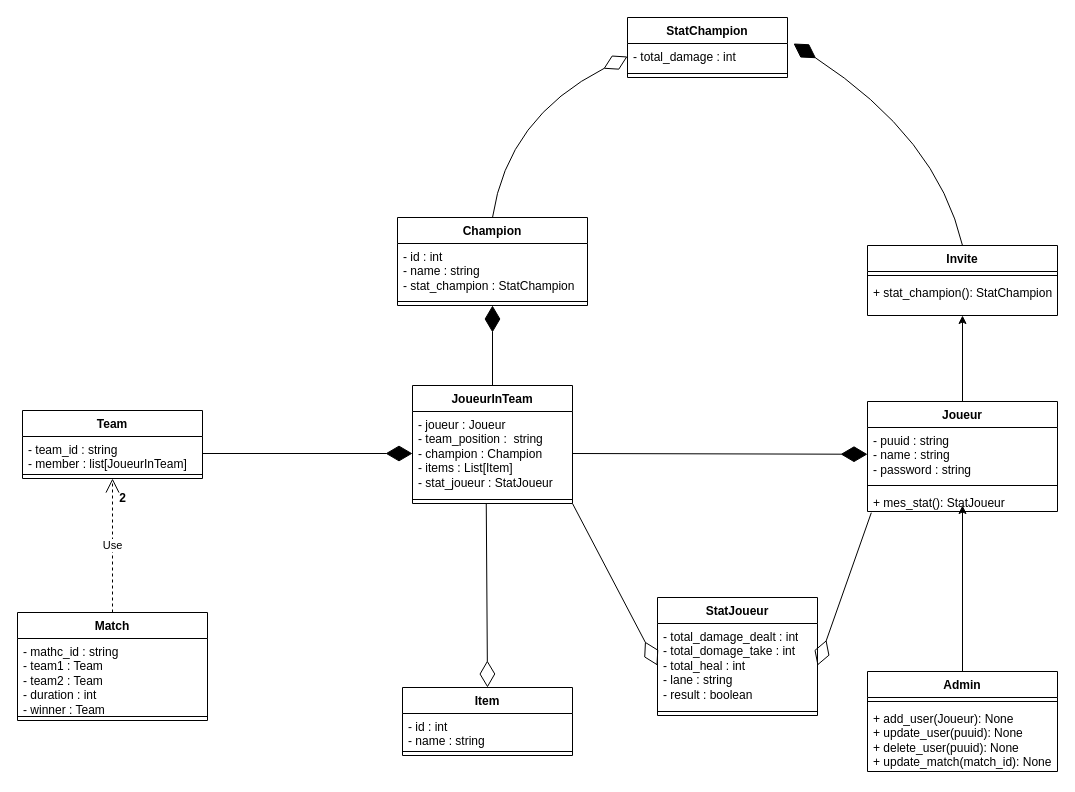
Niyo-D-JC/HelpWork keeps this draw.io diagram as Image Prod/League of legends.drawio. Above is the earlier version. Source tidied: cells renumbered, new cells numbered last; positions are measured from the earlier drawing's top-left corner, leaving out a move shared by most shapes. Both pictures are drawn from the tidied source at 100%, with x=0, y=0 at pixel (17, 17).
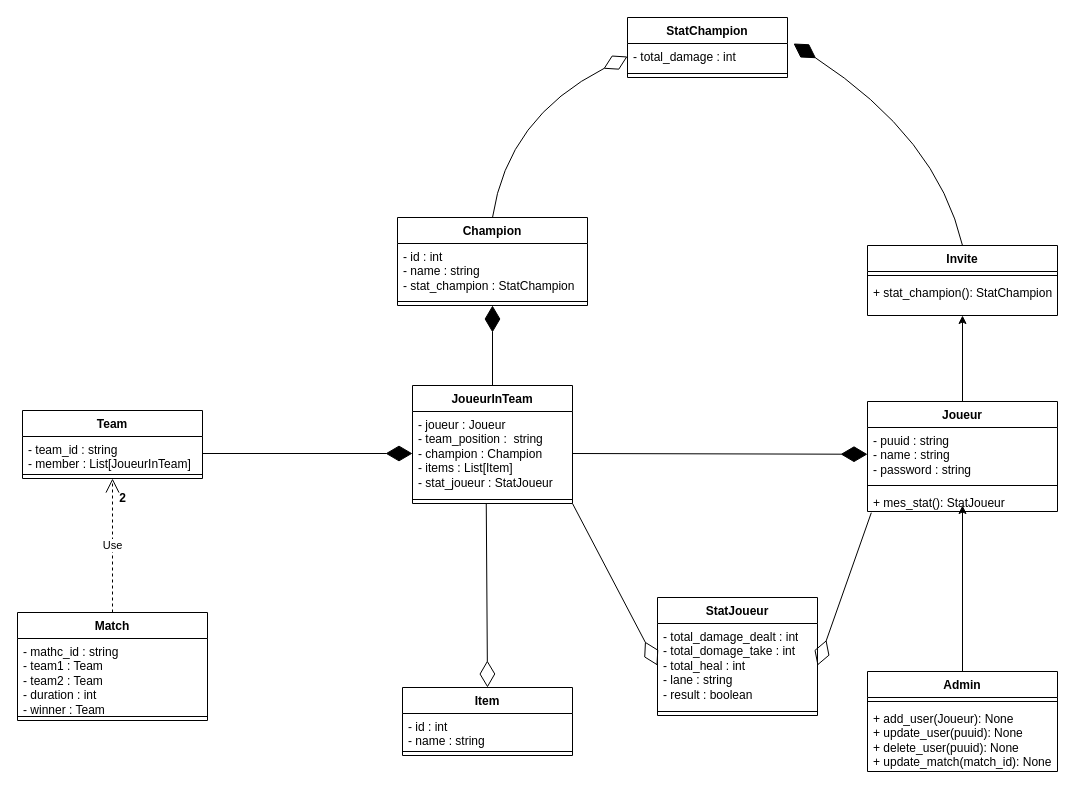
After the change.

Unchanged cells that the change refers to:
```xml
<mxCell id="24" value="Team" style="swimlane;fontStyle=1;align=center;verticalAlign=top;horizontal=1;startSize=26;whiteSpace=wrap;html=1;" parent="1" vertex="1">
  <mxGeometry x="5" y="393" width="180" height="68" as="geometry" />
</mxCell>
```

Diff of the diagram source:
```diff
@@
-    <mxCell id="25" value="- team_id : string&lt;br&gt;- member : list[JoueurInTeam]" style="text;strokeColor=none;fillColor=none;align=left;verticalAlign=top;spacingLeft=4;spacingRight=4;overflow=hidden;points=[[0,0.5],[1,0.5]];portConstraint=eastwest;whiteSpace=wrap;html=1;" parent="24" vertex="1">
+    <mxCell id="25" value="- team_id : string&lt;br&gt;- member : List[JoueurInTeam]" style="text;strokeColor=none;fillColor=none;align=left;verticalAlign=top;spacingLeft=4;spacingRight=4;overflow=hidden;points=[[0,0.5],[1,0.5]];portConstraint=eastwest;whiteSpace=wrap;html=1;" parent="24" vertex="1">
       <mxGeometry y="26" width="180" height="34" as="geometry" />
     </mxCell>
```
